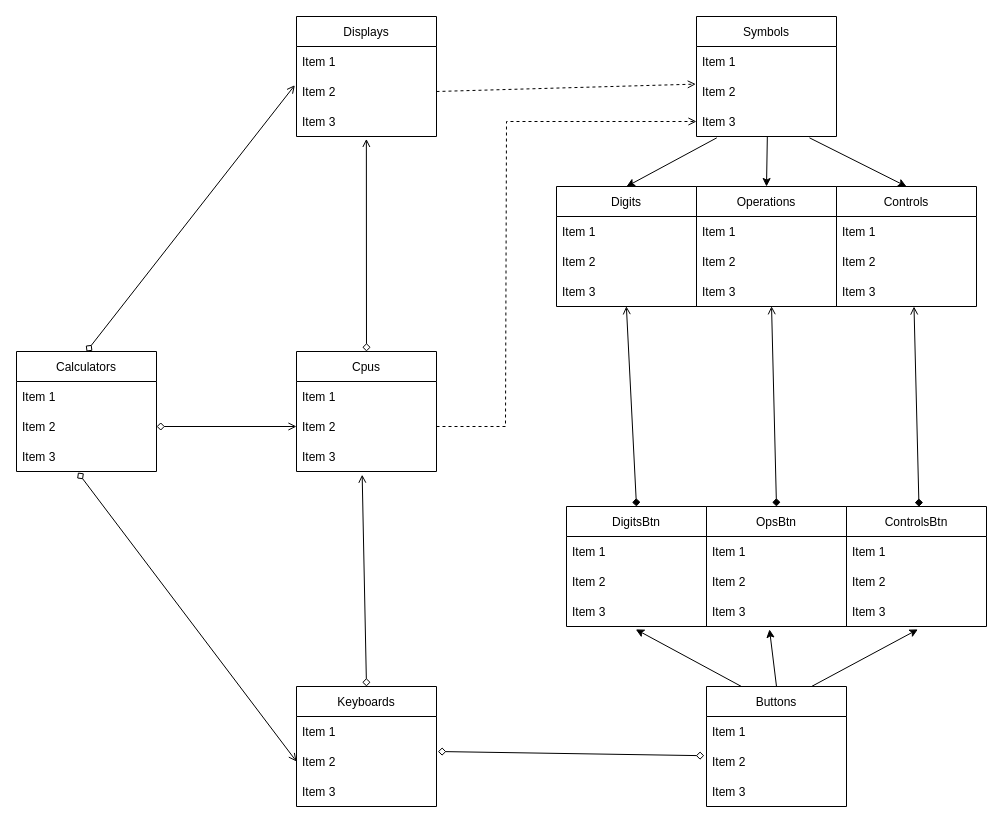
RenanGAS/Calculator keeps this draw.io diagram as Model/Calculator.drawio. Above is the earlier version. Source tidied: cells renumbered, new cells numbered last; positions are measured from the earlier drawing's top-left corner, leaving out a move shared by most shapes. Both pictures are drawn from the tidied source at 100%, with x=0, y=0 at pixel (16, 16).
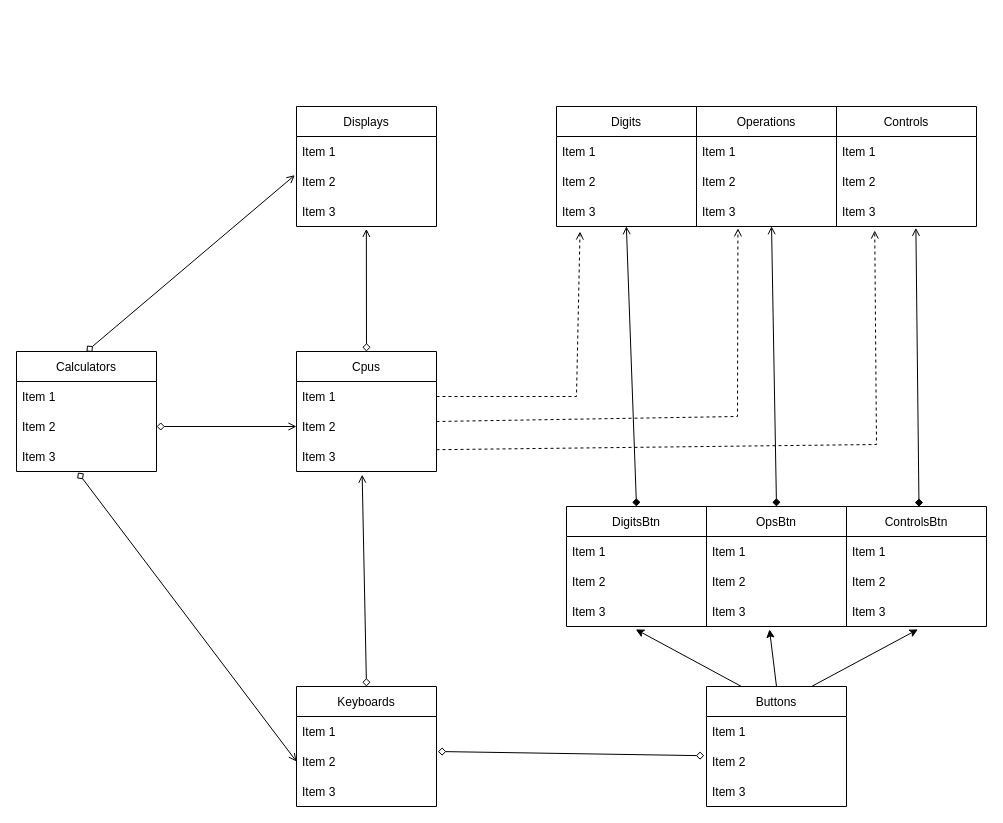
The same diagram, later.

Unchanged cells that the change refers to:
```xml
<mxCell id="12" value="Item 2" style="text;strokeColor=none;fillColor=none;align=left;verticalAlign=middle;spacingLeft=4;spacingRight=4;overflow=hidden;points=[[0,0.5],[1,0.5]];portConstraint=eastwest;" parent="10" vertex="1">
  <mxGeometry y="60" width="140" height="30" as="geometry" />
</mxCell>
<mxCell id="19" value="Item 1" style="text;strokeColor=none;fillColor=none;align=left;verticalAlign=middle;spacingLeft=4;spacingRight=4;overflow=hidden;points=[[0,0.5],[1,0.5]];portConstraint=eastwest;" parent="18" vertex="1">
  <mxGeometry y="30" width="140" height="30" as="geometry" />
</mxCell>
<mxCell id="20" value="Item 2" style="text;strokeColor=none;fillColor=none;align=left;verticalAlign=middle;spacingLeft=4;spacingRight=4;overflow=hidden;points=[[0,0.5],[1,0.5]];portConstraint=eastwest;" parent="18" vertex="1">
  <mxGeometry y="60" width="140" height="30" as="geometry" />
</mxCell>
<mxCell id="37" value="Item 3" style="text;strokeColor=none;fillColor=none;align=left;verticalAlign=middle;spacingLeft=4;spacingRight=4;overflow=hidden;points=[[0,0.5],[1,0.5]];portConstraint=eastwest;" parent="34" vertex="1">
  <mxGeometry y="90" width="140" height="30" as="geometry" />
</mxCell>
<mxCell id="41" value="Item 3" style="text;strokeColor=none;fillColor=none;align=left;verticalAlign=middle;spacingLeft=4;spacingRight=4;overflow=hidden;points=[[0,0.5],[1,0.5]];portConstraint=eastwest;" parent="38" vertex="1">
  <mxGeometry y="90" width="140" height="30" as="geometry" />
</mxCell>
<mxCell id="45" value="Item 3" style="text;strokeColor=none;fillColor=none;align=left;verticalAlign=middle;spacingLeft=4;spacingRight=4;overflow=hidden;points=[[0,0.5],[1,0.5]];portConstraint=eastwest;" parent="42" vertex="1">
  <mxGeometry y="90" width="140" height="30" as="geometry" />
</mxCell>
```

Change to the diagram source:
```diff
@@
     <mxCell id="10" value="Displays" style="swimlane;fontStyle=0;horizontal=1;startSize=30;" parent="1" vertex="1">
-      <mxGeometry x="280" width="140" height="120" as="geometry" />
+      <mxGeometry x="280" y="90" width="140" height="120" as="geometry" />
     </mxCell>
@@
     <mxCell id="34" value="Controls" style="swimlane;fontStyle=0;horizontal=1;startSize=30;" parent="1" vertex="1">
-      <mxGeometry x="820" y="170" width="140" height="120" as="geometry" />
+      <mxGeometry x="820" y="90" width="140" height="120" as="geometry" />
     </mxCell>
@@
     <mxCell id="38" value="Operations" style="swimlane;fontStyle=0;horizontal=1;startSize=30;" parent="1" vertex="1">
-      <mxGeometry x="680" y="170" width="140" height="120" as="geometry" />
+      <mxGeometry x="680" y="90" width="140" height="120" as="geometry" />
     </mxCell>
@@
     <mxCell id="42" value="Digits" style="swimlane;fontStyle=0;horizontal=1;startSize=30;" parent="1" vertex="1">
-      <mxGeometry x="540" y="170" width="140" height="120" as="geometry" />
+      <mxGeometry x="540" y="90" width="140" height="120" as="geometry" />
     </mxCell>
@@
-    <mxCell id="46" value="Symbols" style="swimlane;fontStyle=0;horizontal=1;startSize=30;" parent="1" vertex="1">
-      <mxGeometry x="680" width="140" height="120" as="geometry" />
-    </mxCell>
-    <mxCell id="47" value="Item 1" style="text;strokeColor=none;fillColor=none;align=left;verticalAlign=middle;spacingLeft=4;spacingRight=4;overflow=hidden;" parent="46" vertex="1">
-      <mxGeometry y="30" width="140" height="30" as="geometry" />
-    </mxCell>
-    <mxCell id="48" value="Item 2" style="text;strokeColor=none;fillColor=none;align=left;verticalAlign=middle;spacingLeft=4;spacingRight=4;overflow=hidden;points=[[0,0.5],[1,0.5]];portConstraint=eastwest;" parent="46" vertex="1">
-      <mxGeometry y="60" width="140" height="30" as="geometry" />
-    </mxCell>
-    <mxCell id="49" value="Item 3" style="text;strokeColor=none;fillColor=none;align=left;verticalAlign=middle;spacingLeft=4;spacingRight=4;overflow=hidden;points=[[0,0.5],[1,0.5]];portConstraint=eastwest;" parent="46" vertex="1">
-      <mxGeometry y="90" width="140" height="30" as="geometry" />
-    </mxCell>
@@
-    <mxCell id="52" style="endArrow=open;html=1;rounded=0;endFill=0;entryX=0.536;entryY=0.991;entryDx=0;entryDy=0;entryPerimeter=0;exitX=0.5;exitY=0;exitDx=0;exitDy=0;startArrow=diamond;startFill=1;" parent="1" edge="1">
+    <mxCell id="52" style="endArrow=open;html=1;rounded=0;endFill=0;entryX=0.567;entryY=1.044;entryDx=0;entryDy=0;entryPerimeter=0;exitX=0.5;exitY=0;exitDx=0;exitDy=0;startArrow=diamond;startFill=1;" parent="1" edge="1" target="37">
       <mxGeometry relative="1" as="geometry">
         <mxPoint x="902.5" y="490.3" as="sourcePoint" />
-        <mxPoint x="897.5" y="290" as="targetPoint" />
       </mxGeometry>
     </mxCell>
-    <mxCell id="53" style="endArrow=classic;html=1;rounded=0;entryX=0.5;entryY=0;entryDx=0;entryDy=0;exitX=0.145;exitY=1.044;exitDx=0;exitDy=0;exitPerimeter=0;" parent="1" edge="1" source="49" target="42">
-      <mxGeometry relative="1" as="geometry" />
-    </mxCell>
-    <mxCell id="54" style="endArrow=classic;html=1;rounded=0;entryX=0.5;entryY=0;entryDx=0;entryDy=0;exitX=0.506;exitY=1.009;exitDx=0;exitDy=0;exitPerimeter=0;" parent="1" edge="1" source="49" target="38">
-      <mxGeometry relative="1" as="geometry" />
-    </mxCell>
-    <mxCell id="55" style="endArrow=classic;html=1;rounded=0;entryX=0.5;entryY=0;entryDx=0;entryDy=0;exitX=0.807;exitY=1.044;exitDx=0;exitDy=0;exitPerimeter=0;" parent="1" edge="1" source="49" target="34">
-      <mxGeometry relative="1" as="geometry" />
-    </mxCell>
@@
-    <mxCell id="59" style="endArrow=open;html=1;rounded=0;entryX=-0.005;entryY=0.254;entryDx=0;entryDy=0;exitX=1;exitY=0.5;exitDx=0;exitDy=0;entryPerimeter=0;dashed=1;endFill=0;" parent="1" edge="1" source="12" target="48">
-      <mxGeometry relative="1" as="geometry" />
-    </mxCell>
@@
-    <mxCell id="66" style="endArrow=open;html=1;rounded=0;exitX=1;exitY=0.5;exitDx=0;exitDy=0;dashed=1;endFill=0;entryX=0;entryY=0.5;entryDx=0;entryDy=0;" parent="1" edge="1" source="20" target="49">
-      <mxGeometry relative="1" as="geometry">
-        <Array as="points">
-          <mxPoint x="489" y="410" />
-          <mxPoint x="490" y="105" />
-        </Array>
-      </mxGeometry>
-    </mxCell>
+    <mxCell id="67" style="endArrow=open;html=1;rounded=0;dashed=1;exitX=1;exitY=0.5;exitDx=0;exitDy=0;entryX=0.168;entryY=1.167;entryDx=0;entryDy=0;entryPerimeter=0;endFill=0;" parent="1" edge="1" source="19" target="45">
+      <mxGeometry relative="1" as="geometry">
+        <Array as="points">
+          <mxPoint x="560" y="380" />
+        </Array>
+      </mxGeometry>
+    </mxCell>
+    <mxCell id="68" style="endArrow=open;html=1;rounded=0;dashed=1;exitX=1;exitY=0.5;exitDx=0;exitDy=0;entryX=0.296;entryY=1.061;entryDx=0;entryDy=0;entryPerimeter=0;endFill=0;" parent="1" edge="1" target="41">
+      <mxGeometry relative="1" as="geometry">
+        <mxPoint x="420" y="405" as="sourcePoint" />
+        <Array as="points">
+          <mxPoint x="721" y="400" />
+        </Array>
+      </mxGeometry>
+    </mxCell>
+    <mxCell id="69" style="endArrow=open;html=1;rounded=0;dashed=1;exitX=1;exitY=0.5;exitDx=0;exitDy=0;entryX=0.273;entryY=1.132;entryDx=0;entryDy=0;entryPerimeter=0;endFill=0;" parent="1" edge="1" target="37">
+      <mxGeometry relative="1" as="geometry">
+        <mxPoint x="420" y="433.2" as="sourcePoint" />
+        <Array as="points">
+          <mxPoint x="860" y="428" />
+        </Array>
+      </mxGeometry>
+    </mxCell>
```
